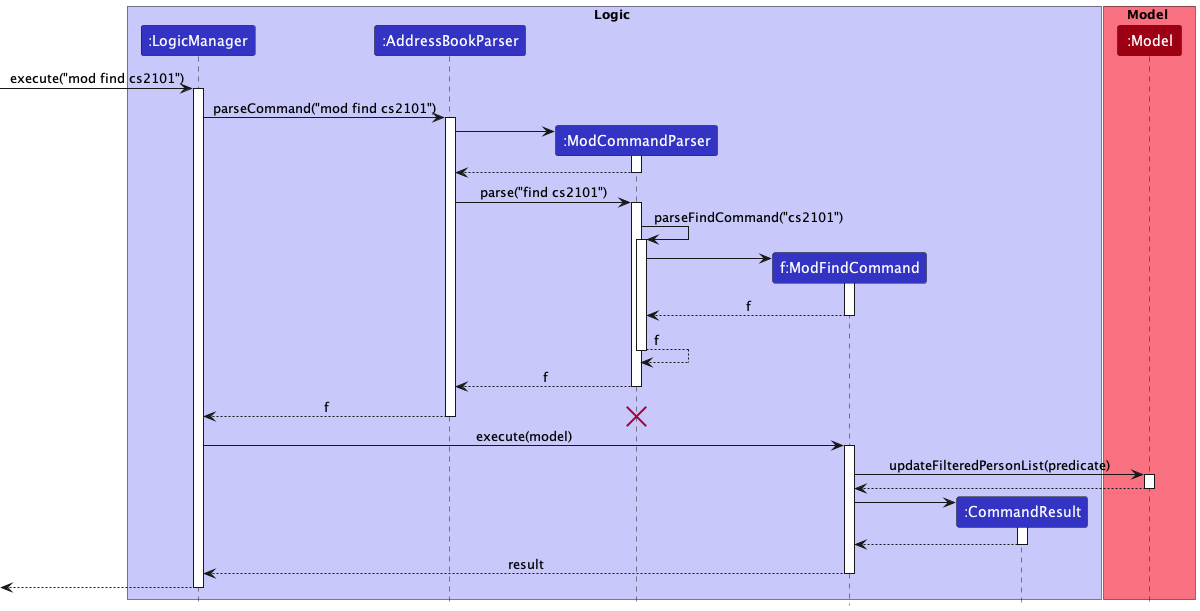
Above: docs/images/ModFindSequenceDiagram.png in nus-cs2103-AY2223S1/tp (PlantUML), before the change.
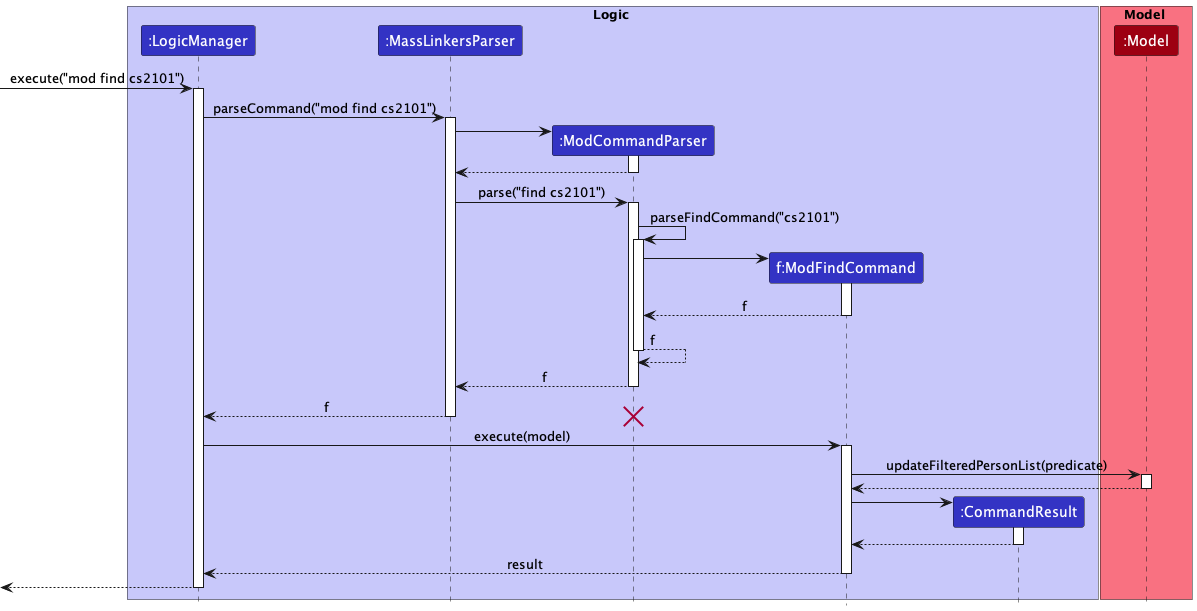
After the commit.

What changed in the source:
```diff
@@ -4,7 +4,7 @@
 
 box Logic LOGIC_COLOR_T1
 participant ":LogicManager" as LM LOGIC_COLOR
-participant ":AddressBookParser" as ABP LOGIC_COLOR
+participant ":MassLinkersParser" as ABP LOGIC_COLOR
 participant ":ModCommandParser" as MCP LOGIC_COLOR
 participant "f:ModFindCommand" as MFC LOGIC_COLOR
 participant ":CommandResult" as CR LOGIC_COLOR
```
